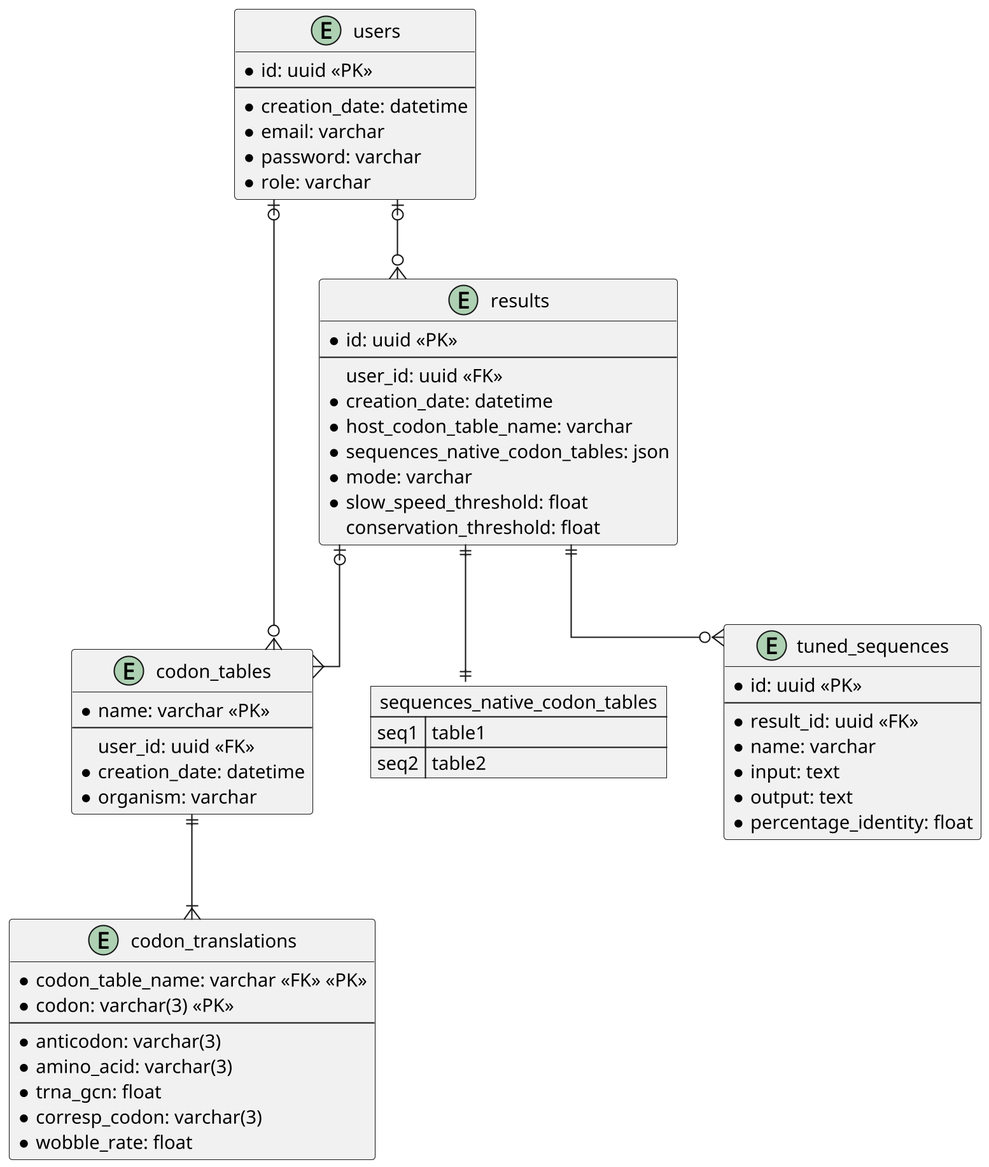
Above: documentation/db_schema.png in tbonnabaud/expressinhost_web (PlantUML), before the change.
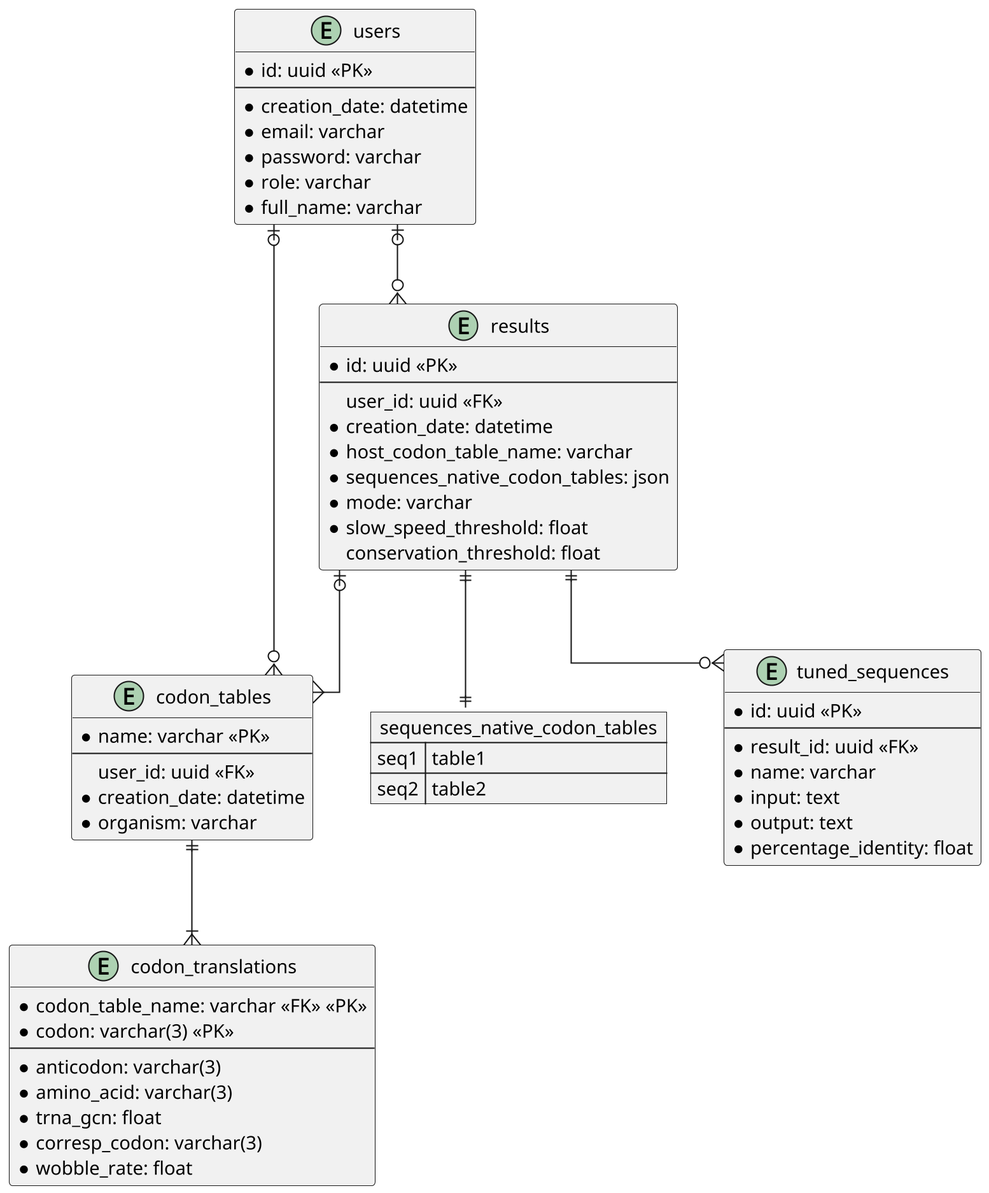
Above is the later version.

Commit message:
Add full_name field

What changed in the source:
```diff
@@ -10,6 +10,7 @@
     * email: varchar
     * password: varchar
     * role: varchar
+    * full_name: varchar
 }
 
 entity codon_tables {
```
